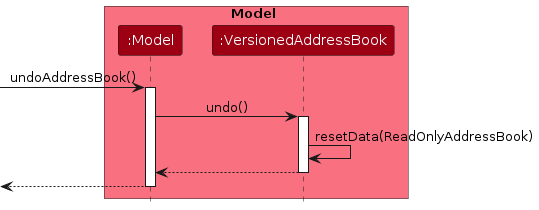
This is diagrams/UndoSequenceDiagram-Model.png from AY2627S1-CS2103T-W08-1/tp, a PlantUML export, as it was before one commit. Its source is kept beside it as diagrams/UndoSequenceDiagram-Model.puml.
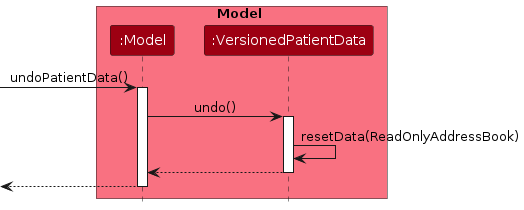
The same diagram one commit later.

What changed in the source:
```diff
@@ -4,18 +4,18 @@
 
 box Model MODEL_COLOR_T1
 participant ":Model" as Model MODEL_COLOR
-participant ":VersionedAddressBook" as VersionedAddressBook MODEL_COLOR
+participant ":VersionedPatientData" as VersionedPatientData MODEL_COLOR
 end box
 
-[-> Model : undoAddressBook()
+[-> Model : undoPatientData()
 activate Model
 
-Model -> VersionedAddressBook : undo()
-activate VersionedAddressBook
+Model -> VersionedPatientData : undo()
+activate VersionedPatientData
 
-VersionedAddressBook -> VersionedAddressBook :resetData(ReadOnlyAddressBook)
-VersionedAddressBook --> Model :
-deactivate VersionedAddressBook
+VersionedPatientData -> VersionedPatientData :resetData(ReadOnlyAddressBook)
+VersionedPatientData --> Model :
+deactivate VersionedPatientData
 
 [<-- Model
 deactivate Model
```
